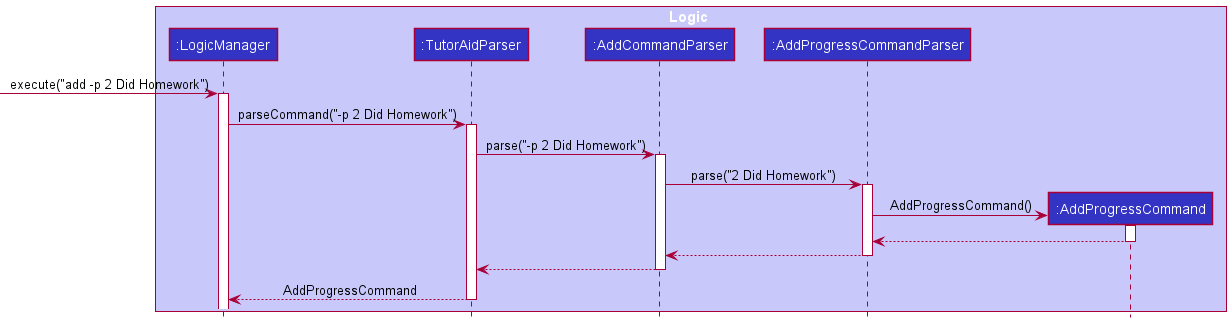
The PlantUML diagram docs/images/ParseAddProgressSequenceDiagram.png in nus-cs2103-AY2122S1/tp, before a commit.
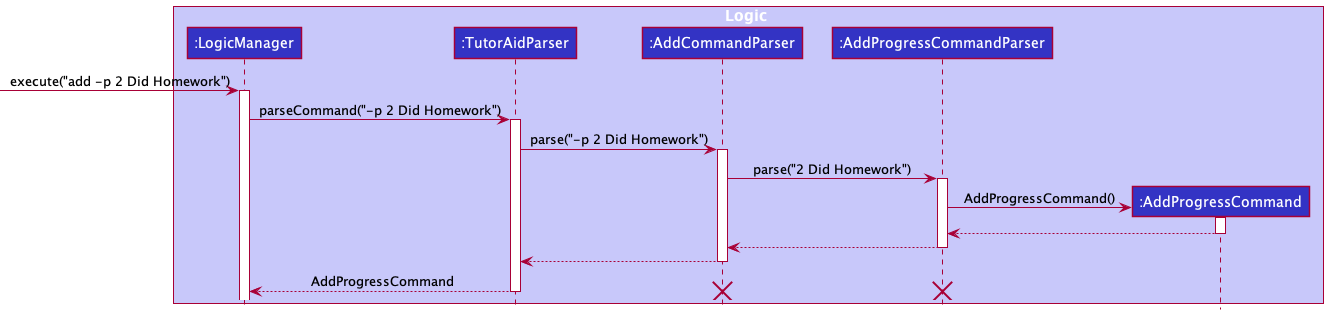
After the change.

Change to the diagram source:
```diff
@@ -35,4 +35,9 @@
 
 LogicManager <-- TutorAidParser : AddProgressCommand
 deactivate TutorAidParser
+
+destroy AddProgressCommandParser
+
+destroy AddCommandParser
+
 @enduml
```
